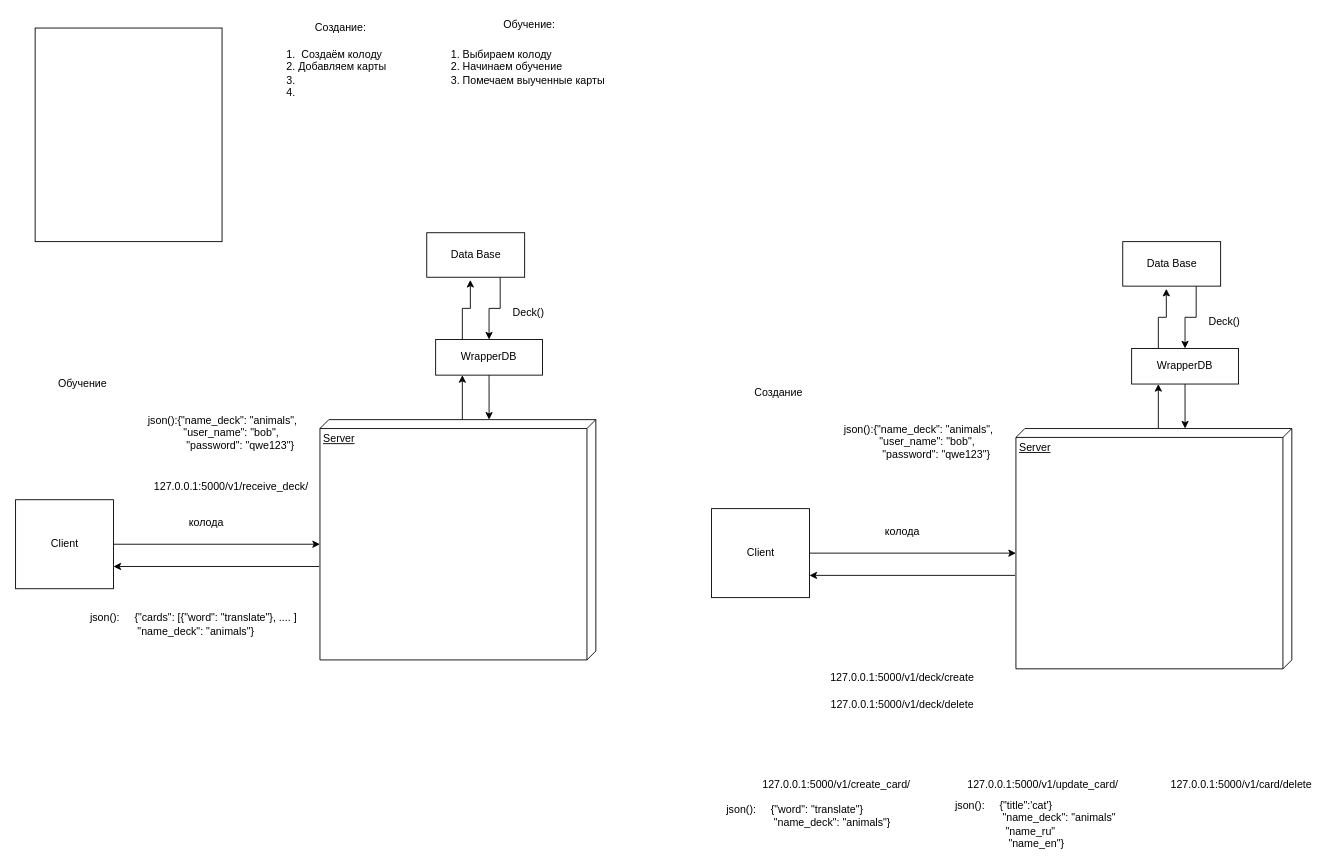
Above: page "Page-2" (2 of 2) of Something/new.drawio in alexanderskiba/python (draw.io), before the change. Source tidied: cells renumbered, new cells numbered last; positions are measured from the earlier drawing's top-left corner, leaving out a move shared by most shapes. Both pictures are drawn from the tidied source at 89%, with x=0, y=0 at pixel (15, 15).
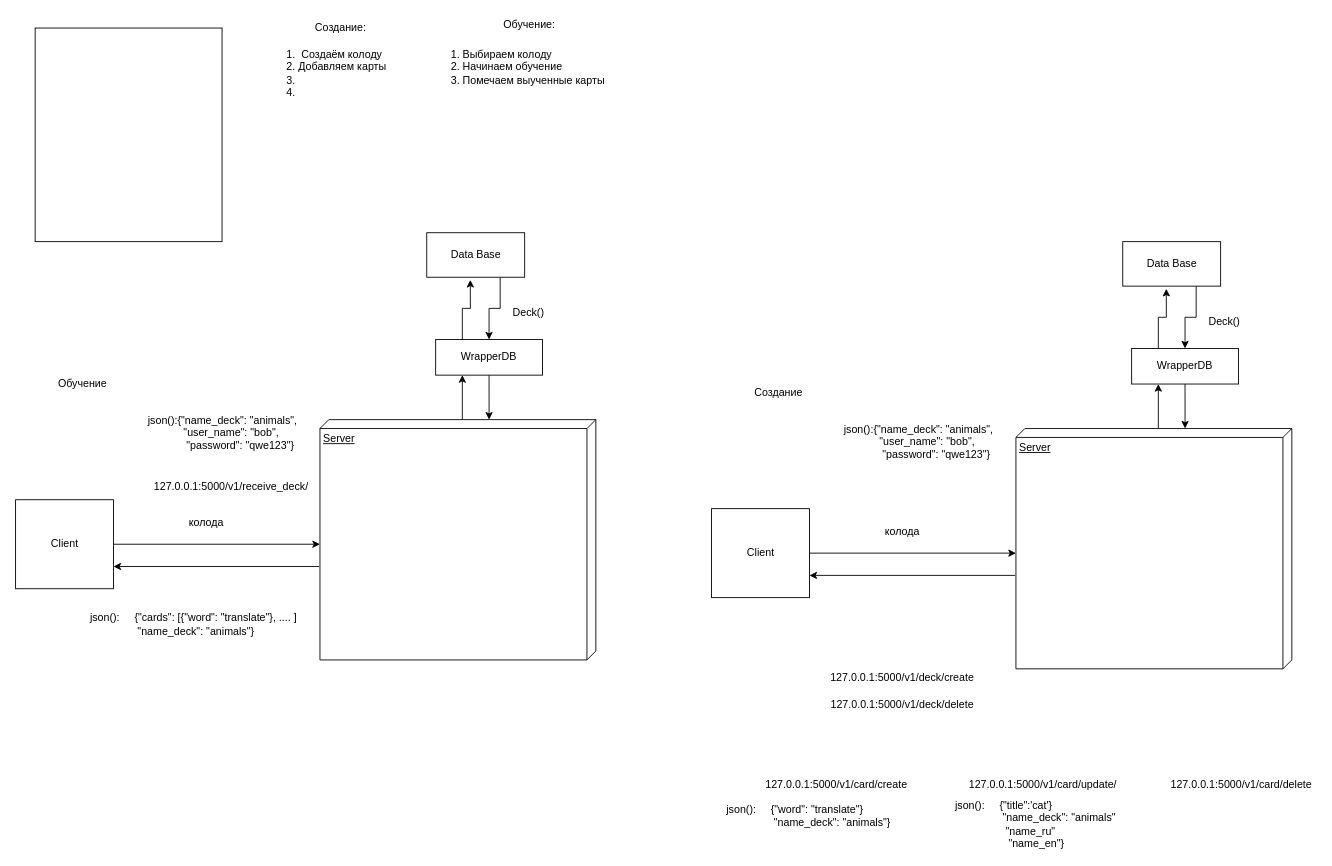
The same page after the edit.

What changed in the source:
```diff
@@
-    <mxCell id="39" value="127.0.0.1:5000/v1/create_card/" style="text;html=1;align=center;verticalAlign=middle;" parent="1" vertex="1">
-      <mxGeometry x="832" y="854" width="180" height="20" as="geometry" />
+    <mxCell id="39" value="127.0.0.1:5000/v1/card/create" style="text;html=1;align=center;verticalAlign=middle;" parent="1" vertex="1">
+      <mxGeometry x="837" y="854" width="170" height="20" as="geometry" />
     </mxCell>
-    <mxCell id="40" value="127.0.0.1:5000/v1/update_card/" style="text;html=1;align=center;verticalAlign=middle;" parent="1" vertex="1">
+    <mxCell id="40" value="127.0.0.1:5000/v1/card/update/" style="text;html=1;align=center;verticalAlign=middle;" parent="1" vertex="1">
       <mxGeometry x="1064" y="854" width="180" height="20" as="geometry" />
     </mxCell>
```
